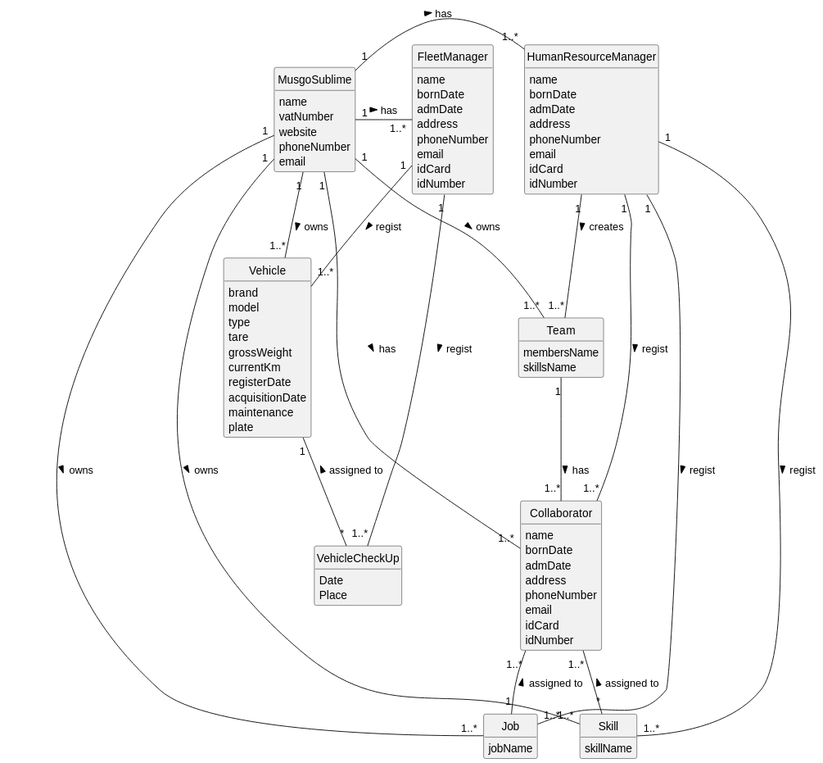
1231360-ISEP/lei-24-s2-1db-g021 keeps this PlantUML diagram as docs/sprintA/global-artifacts/02.analysis/svg/project-domain-model.svg. Above is the earlier version.
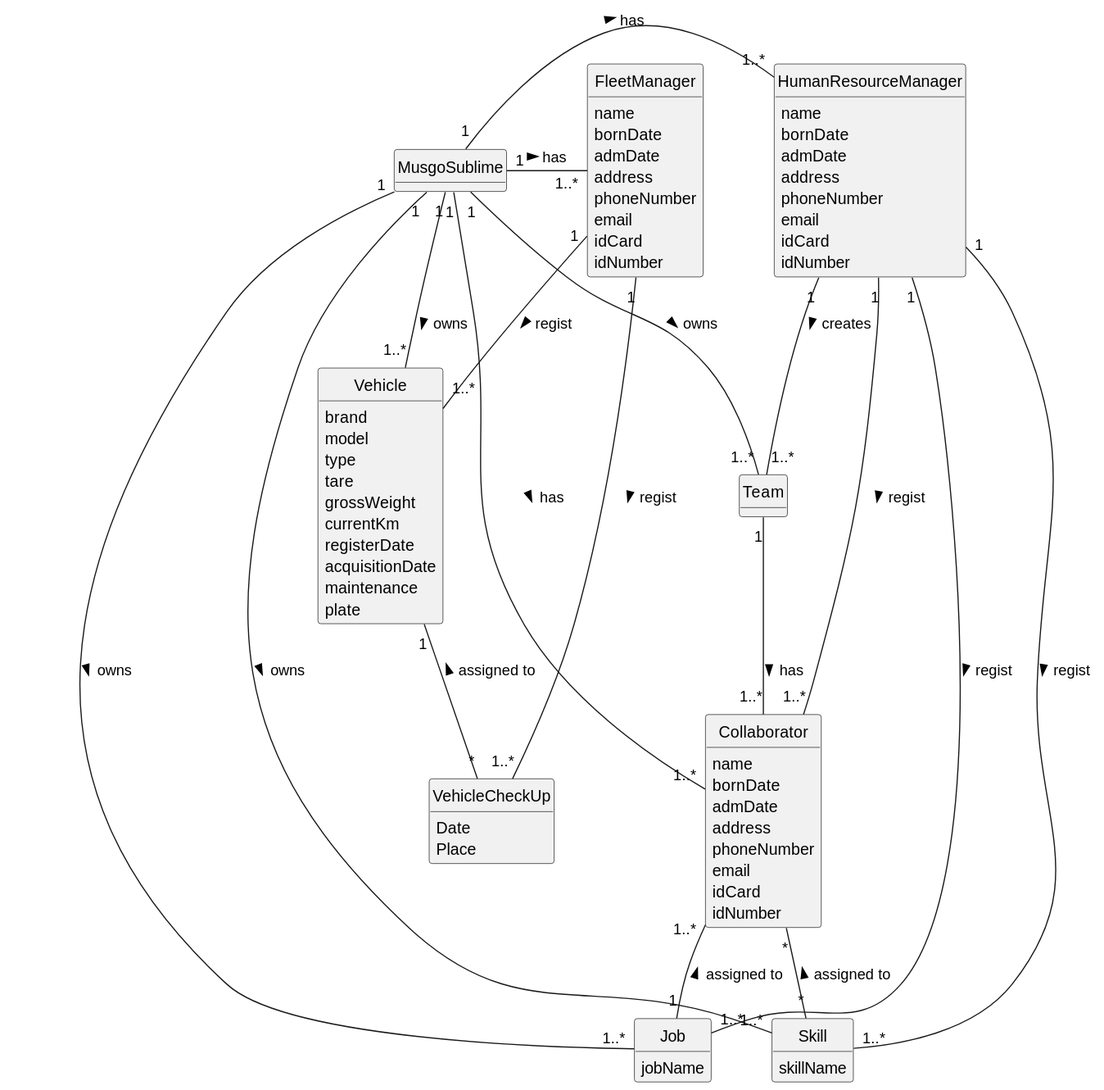
Later version of the same file.

Commit message:
Update the Domain Model SVG´s.

Change to the diagram source:
```diff
@@ -8,11 +8,6 @@
 
 
 class MusgoSublime {
-    name
-    vatNumber
-    website
-    phoneNumber
-    email
 }
 
 class HumanResourceManager {
@@ -57,8 +52,6 @@
 }
 
 class Team {
-    membersName
-    skillsName
 }
 
 class Vehicle {
@@ -79,10 +72,6 @@
     Place
 }
 
-
-
-
-
 MusgoSublime "1" - "1..*" HumanResourceManager: has >
 MusgoSublime "1" - "1..*" Collaborator: has >
 MusgoSublime "1" - "1..*" FleetManager: has >
@@ -95,12 +84,9 @@
 HumanResourceManager "1" -- "1..*" Collaborator : regist >
 HumanResourceManager "1" -- "1..*" Team : creates >
 Collaborator "1..*" -- "1" Job : assigned to <
-Collaborator "1..*" -- "*" Skill : assigned to <
+Collaborator "*" -- "*" Skill : assigned to <
 Team "1" -- "1..*" Collaborator : has >
 FleetManager "1" -- "1..*" Vehicle : regist >
 FleetManager "1" -- "1..*" VehicleCheckUp : regist >
 Vehicle "1" -- "*" VehicleCheckUp : assigned to <
-
-
-
 @enduml
```
